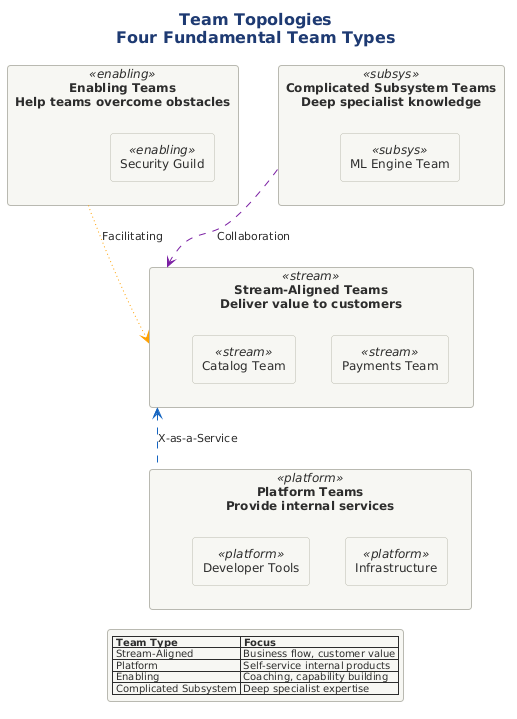
Earlier version of the PlantUML export src/architecture/views-and-beyond/style-catalogs/allocation/work-assignment-style/png/05-team-topologies.png (Notoriousjayy/latex-docs). Its diagram source:
```plantuml
@startuml 05-team-topologies
!include ../../../../../../tooling/styles/plantuml/structural/component-diagram-style.iuml

skinparam nodesep 35
skinparam ranksep 30

title <b>Team Topologies</b>\nFour Fundamental Team Types

rectangle "<b>Stream-Aligned Teams</b>\nDeliver value to customers" as stream <<stream>> {
    rectangle "Payments Team" as pay <<stream>>
    rectangle "Catalog Team" as cat <<stream>>
}

rectangle "<b>Platform Teams</b>\nProvide internal services" as platform <<platform>> {
    rectangle "Infrastructure" as infra <<platform>>
    rectangle "Developer Tools" as devtools <<platform>>
}

rectangle "<b>Enabling Teams</b>\nHelp teams overcome obstacles" as enabling <<enabling>> {
    rectangle "Security Guild" as sec <<enabling>>
}

rectangle "<b>Complicated Subsystem Teams</b>\nDeep specialist knowledge" as subsys <<subsys>> {
    rectangle "ML Engine Team" as ml <<subsys>>
}

platform -[#1565C0,dashed]u-> stream : X-as-a-Service
enabling -[#FFA000,dotted]-> stream : Facilitating
subsys -[#7B1FA2,dashed]-> stream : Collaboration

legend bottom
  |= Team Type |= Focus |
  | Stream-Aligned | Business flow, customer value |
  | Platform | Self-service internal products |
  | Enabling | Coaching, capability building |
  | Complicated Subsystem | Deep specialist expertise |
endlegend

@enduml
```
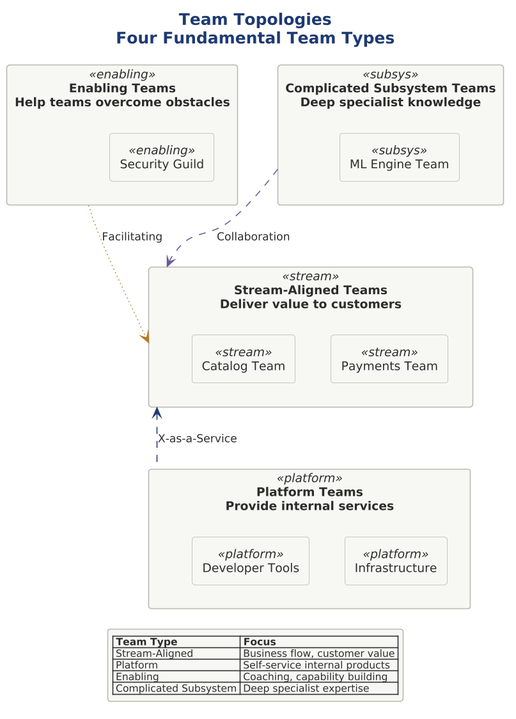
Above is the later version.

The edit, as a diff of the source:
```diff
@@ -1,4 +1,9 @@
 @startuml 05-team-topologies
+
+skinparam dpi 150
+
+
+
 !include ../../../../../../tooling/styles/plantuml/structural/component-diagram-style.iuml
 
 skinparam nodesep 35
@@ -24,9 +29,9 @@
     rectangle "ML Engine Team" as ml <<subsys>>
 }
 
-platform -[#1565C0,dashed]u-> stream : X-as-a-Service
-enabling -[#FFA000,dotted]-> stream : Facilitating
-subsys -[#7B1FA2,dashed]-> stream : Collaboration
+platform -[$line_primary,dashed]u-> stream : X-as-a-Service
+enabling -[$line_caution,dotted]-> stream : Facilitating
+subsys -[$line_alt,dashed]-> stream : Collaboration
 
 legend bottom
   |= Team Type |= Focus |
```
